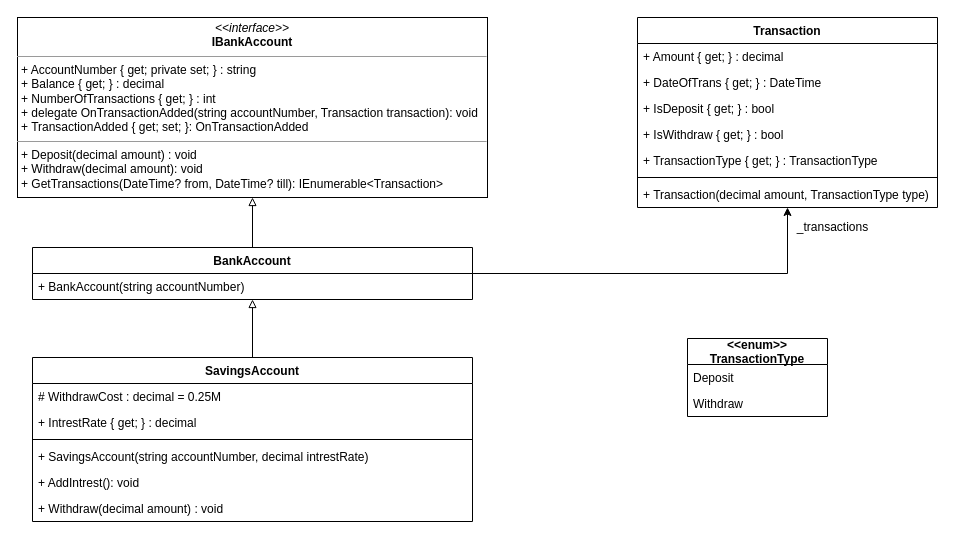
Earlier version of the draw.io diagram page "Example 6" (6 of 9) of chapters/03/banking.drawio (HOGENT-Web/csharp). Source tidied: cells renumbered, new cells numbered last; positions are measured from the earlier drawing's top-left corner, leaving out a move shared by most shapes. Both pictures are drawn from the tidied source at 100%, with x=0, y=0 at pixel (17, 17).
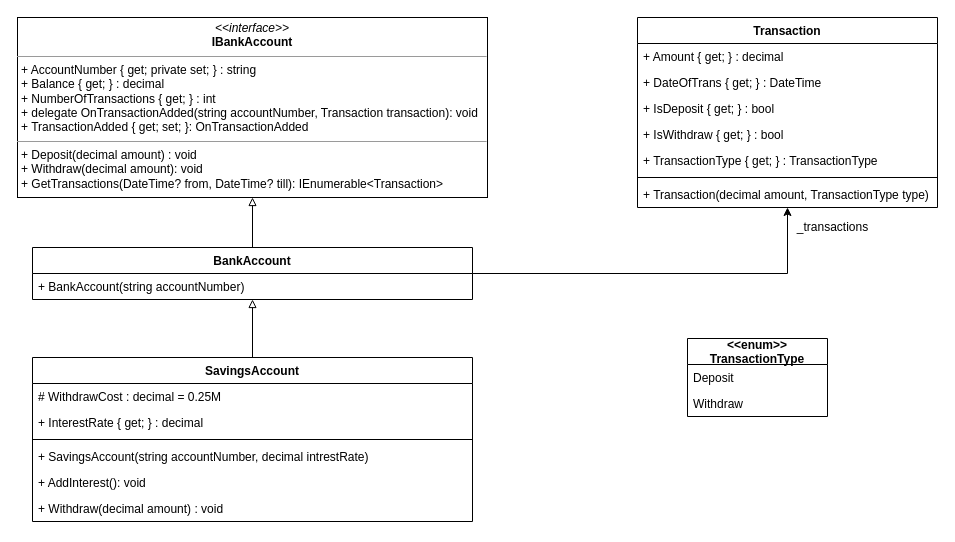
Above is the later version.

Unchanged cells that the change refers to:
```xml
<mxCell id="19" value="SavingsAccount" style="swimlane;fontStyle=1;align=center;verticalAlign=top;horizontal=1;startSize=26;fillColor=none;" parent="1" vertex="1">
  <mxGeometry x="15" y="340" width="440" height="164" as="geometry" />
</mxCell>
```

What changed in the source:
```diff
@@
-    <mxCell id="21" value="+ IntrestRate { get; } : decimal" style="text;strokeColor=none;fillColor=none;align=left;verticalAlign=top;spacingLeft=4;spacingRight=4;overflow=hidden;" parent="19" vertex="1">
+    <mxCell id="21" value="+ InterestRate { get; } : decimal" style="text;strokeColor=none;fillColor=none;align=left;verticalAlign=top;spacingLeft=4;spacingRight=4;overflow=hidden;" parent="19" vertex="1">
       <mxGeometry y="52" width="440" height="26" as="geometry" />
     </mxCell>
@@
-    <mxCell id="24" value="+ AddIntrest(): void" style="text;strokeColor=none;fillColor=none;align=left;verticalAlign=top;spacingLeft=4;spacingRight=4;overflow=hidden;" parent="19" vertex="1">
+    <mxCell id="24" value="+ AddInterest(): void" style="text;strokeColor=none;fillColor=none;align=left;verticalAlign=top;spacingLeft=4;spacingRight=4;overflow=hidden;" parent="19" vertex="1">
       <mxGeometry y="112" width="440" height="26" as="geometry" />
     </mxCell>
```
